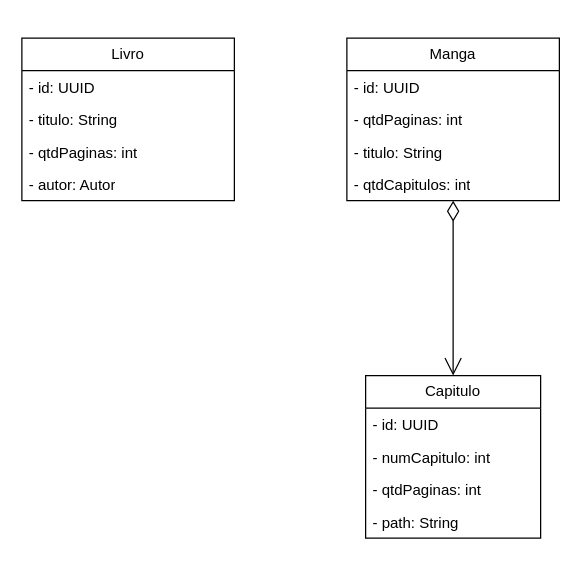
This is documentacao/diagramas/livro e manga.drawio from Frm2003/mangafy, a draw.io file, before an edit. Source tidied: cells renumbered, new cells numbered last; positions are measured from the earlier drawing's top-left corner, leaving out a move shared by most shapes. Both pictures are drawn from the tidied source at 125%, with x=0, y=0 at pixel (21, 38).
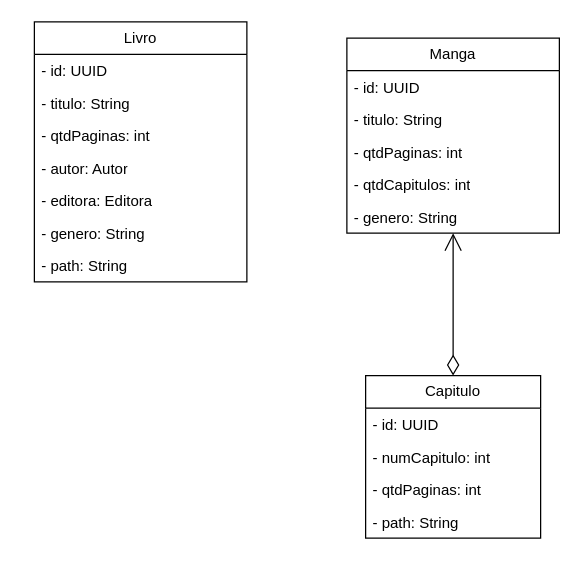
The same page after the edit.

Unchanged cells that the change refers to:
```xml
<mxCell id="12" value="Capitulo" style="swimlane;fontStyle=0;horizontal=1;startSize=26;fillColor=none;whiteSpace=wrap;html=1;" parent="1" vertex="1">
  <mxGeometry x="275" y="270" width="140" height="130" as="geometry" />
</mxCell>
```

What changed in the source:
```diff
@@
     <mxCell id="2" value="Livro" style="swimlane;fontStyle=0;horizontal=1;startSize=26;fillColor=none;whiteSpace=wrap;html=1;" parent="1" vertex="1">
-      <mxGeometry width="170" height="130" as="geometry" />
+      <mxGeometry x="10" y="-13" width="170" height="208" as="geometry" />
     </mxCell>
@@
+    <mxCell id="18" value="&lt;div&gt;- editora: Editora&lt;/div&gt;" style="text;strokeColor=none;fillColor=none;align=left;verticalAlign=top;spacingLeft=4;spacingRight=4;overflow=hidden;whiteSpace=wrap;html=1;" parent="2" vertex="1">
+      <mxGeometry y="130" width="170" height="26" as="geometry" />
+    </mxCell>
+    <mxCell id="19" value="- genero: String" style="text;strokeColor=none;fillColor=none;align=left;verticalAlign=top;spacingLeft=4;spacingRight=4;overflow=hidden;whiteSpace=wrap;html=1;" parent="2" vertex="1">
+      <mxGeometry y="156" width="170" height="26" as="geometry" />
+    </mxCell>
+    <mxCell id="20" value="- path: String" style="text;strokeColor=none;fillColor=none;align=left;verticalAlign=top;spacingLeft=4;spacingRight=4;overflow=hidden;whiteSpace=wrap;html=1;" parent="2" vertex="1">
+      <mxGeometry y="182" width="170" height="26" as="geometry" />
+    </mxCell>
     <mxCell id="7" value="Manga" style="swimlane;fontStyle=0;horizontal=1;startSize=26;fillColor=none;whiteSpace=wrap;html=1;" parent="1" vertex="1">
-      <mxGeometry x="260" width="170" height="130" as="geometry" />
+      <mxGeometry x="260" width="170" height="156" as="geometry" />
     </mxCell>
@@
+    <mxCell id="10" value="- titulo: String" style="text;strokeColor=none;fillColor=none;align=left;verticalAlign=top;spacingLeft=4;spacingRight=4;overflow=hidden;whiteSpace=wrap;html=1;" parent="7" vertex="1">
+      <mxGeometry y="52" width="170" height="26" as="geometry" />
+    </mxCell>
     <mxCell id="9" value="- qtdPaginas: int" style="text;strokeColor=none;fillColor=none;align=left;verticalAlign=top;spacingLeft=4;spacingRight=4;overflow=hidden;whiteSpace=wrap;html=1;" parent="7" vertex="1">
-      <mxGeometry y="52" width="170" height="26" as="geometry" />
+      <mxGeometry y="78" width="170" height="26" as="geometry" />
     </mxCell>
-    <mxCell id="10" value="- titulo: String" style="text;strokeColor=none;fillColor=none;align=left;verticalAlign=top;spacingLeft=4;spacingRight=4;overflow=hidden;whiteSpace=wrap;html=1;" parent="7" vertex="1">
-      <mxGeometry y="78" width="170" height="26" as="geometry" />
-    </mxCell>
@@
+    <mxCell id="21" value="- genero: String" style="text;strokeColor=none;fillColor=none;align=left;verticalAlign=top;spacingLeft=4;spacingRight=4;overflow=hidden;whiteSpace=wrap;html=1;" parent="7" vertex="1">
+      <mxGeometry y="130" width="170" height="26" as="geometry" />
+    </mxCell>
@@
-    <mxCell id="17" style="endArrow=open;html=1;endSize=12;startArrow=diamondThin;startSize=14;startFill=0;edgeStyle=orthogonalEdgeStyle;align=left;verticalAlign=bottom;rounded=0;exitX=0.5;exitY=1;exitDx=0;exitDy=0;entryX=0.5;entryY=0;entryDx=0;entryDy=0;" parent="1" edge="1" source="7" target="12">
+    <mxCell id="17" style="endArrow=open;html=1;endSize=12;startArrow=diamondThin;startSize=14;startFill=0;edgeStyle=orthogonalEdgeStyle;align=left;verticalAlign=bottom;rounded=0;entryX=0.5;entryY=1;entryDx=0;entryDy=0;exitX=0.5;exitY=0;exitDx=0;exitDy=0;" parent="1" edge="1" source="12" target="7">
       <mxGeometry x="-0.05" y="105" relative="1" as="geometry" />
     </mxCell>
```
